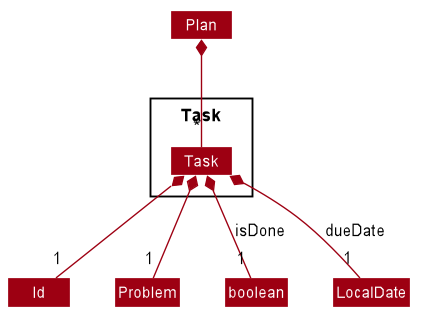
Above: docs/images/task/HighLevelTaskClassDiagram.png in nus-cs2103-AY1920S1/addressbook-level3 (PlantUML), before the change.
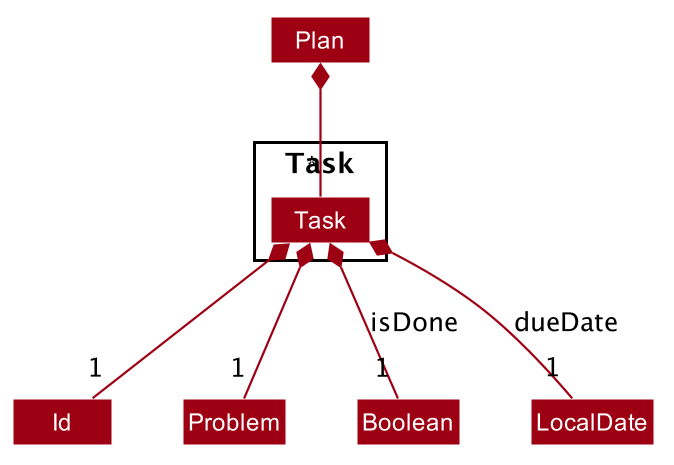
After the change.

The edit, as a diff of the source:
```diff
@@ -62,7 +62,7 @@
 
 Task *--"1" Id
 Task *--"1" Problem
-Task *--"1" boolean:isDone
+Task *--"1" Boolean:isDone
 Task *--"1" LocalDate:dueDate
 
 Plan *--"*" Task
```
